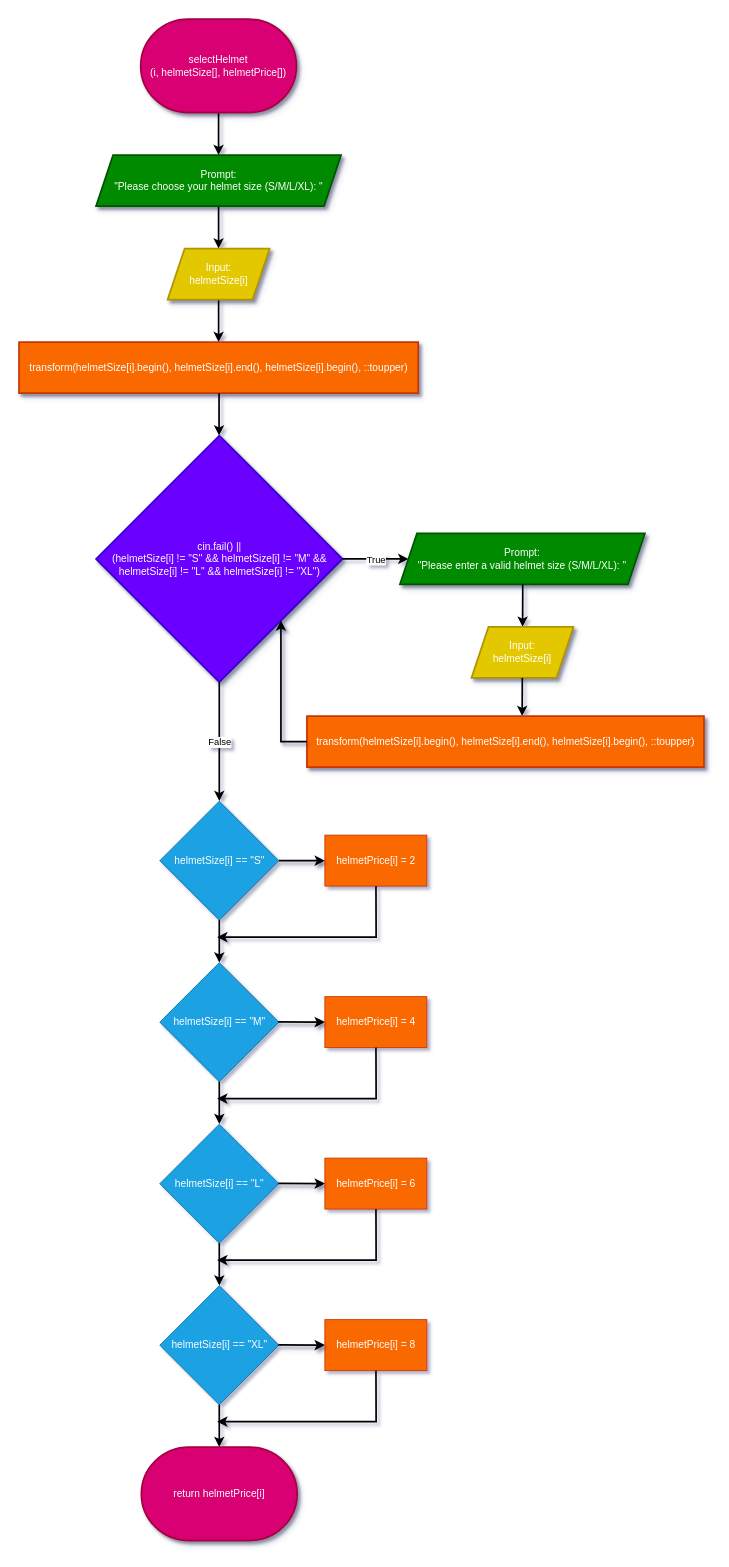
Earlier version of the draw.io diagram Flowcharts (draw.io)/17. selectHelmet.drawio (shahxvi/csc126-group-project). Source tidied: cells renumbered, new cells numbered last; positions are measured from the earlier drawing's top-left corner, leaving out a move shared by most shapes. Both pictures are drawn from the tidied source at 85%, with x=0, y=0 at pixel (19, 19).
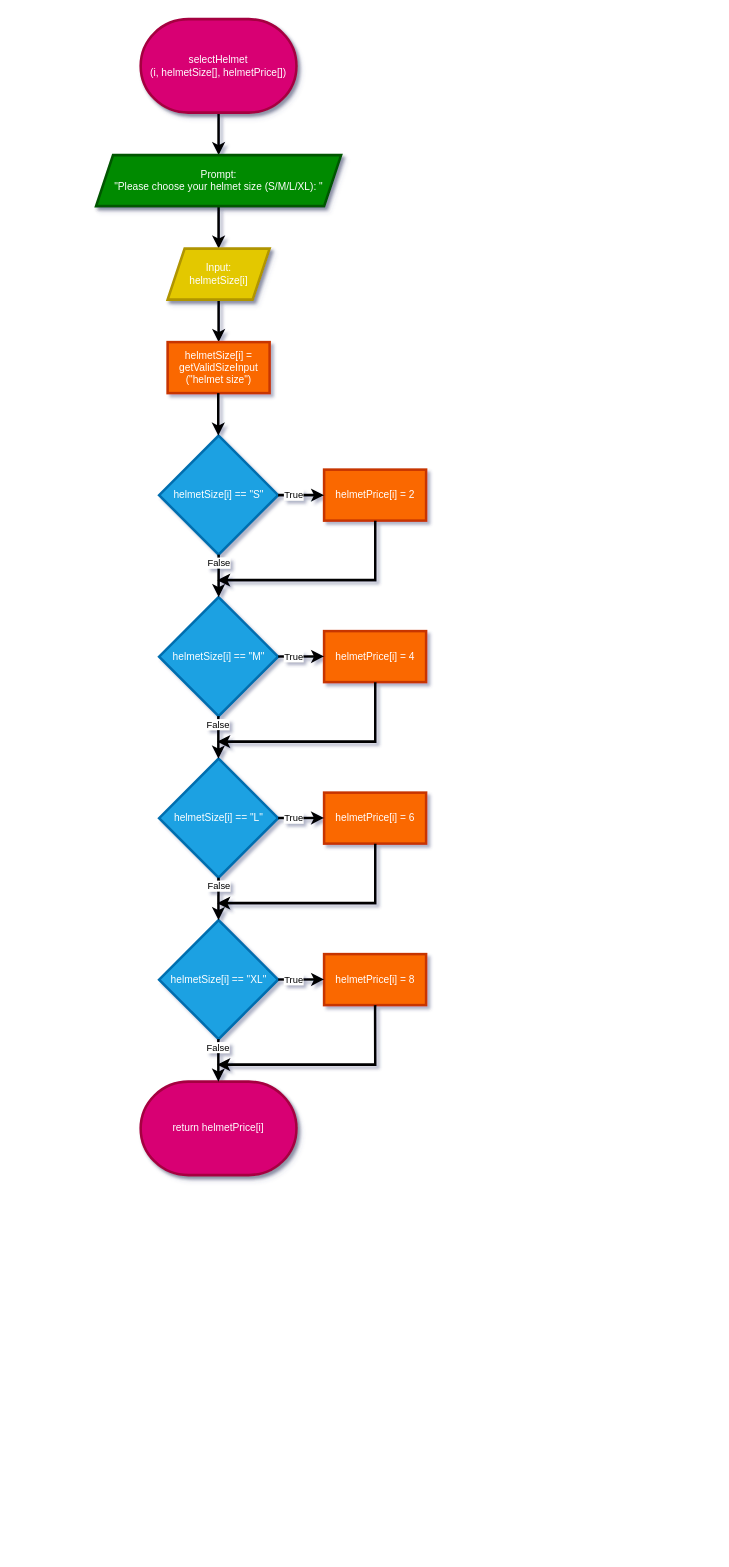
The same diagram, later.

The edit, as a diff of the source:
```diff
@@
-    <mxCell id="2" style="edgeStyle=none;html=1;strokeWidth=2;" parent="1" edge="1" source="3" target="5">
+    <mxCell id="2" style="edgeStyle=none;html=1;strokeWidth=3;" parent="1" edge="1" source="3" target="5">
       <mxGeometry relative="1" as="geometry" />
     </mxCell>
-    <mxCell id="3" value="selectHelmet&lt;br&gt;(i, helmetSize[], helmetPrice[])" style="strokeWidth=2;html=1;shape=mxgraph.flowchart.terminator;whiteSpace=wrap;fillColor=#d80073;strokeColor=#A50040;shadow=1;fontColor=#ffffff;" parent="1" vertex="1">
+    <mxCell id="3" value="selectHelmet&lt;br&gt;(i, helmetSize[], helmetPrice[])" style="strokeWidth=3;html=1;shape=mxgraph.flowchart.terminator;whiteSpace=wrap;fillColor=#d80073;strokeColor=#A50040;shadow=1;fontColor=#ffffff;" parent="1" vertex="1">
       <mxGeometry x="143" width="183.3" height="110" as="geometry" />
     </mxCell>
-    <mxCell id="4" style="edgeStyle=none;html=1;strokeWidth=2;" parent="1" edge="1" source="5" target="7">
+    <mxCell id="4" style="edgeStyle=none;html=1;strokeWidth=3;" parent="1" edge="1" source="5" target="7">
       <mxGeometry relative="1" as="geometry" />
     </mxCell>
-    <mxCell id="5" value="&lt;span style=&quot;color: rgb(255, 255, 255);&quot;&gt;Prompt:&lt;/span&gt;&lt;br&gt;&lt;span style=&quot;color: rgb(255, 255, 255);&quot;&gt;&quot;Please choose your helmet size (S/M/L/XL): &quot;&lt;/span&gt;" style="shape=parallelogram;perimeter=parallelogramPerimeter;whiteSpace=wrap;html=1;fixedSize=1;fillColor=#008a00;strokeColor=#005700;fontColor=#ffffff;strokeWidth=2;shadow=1;" parent="1" vertex="1">
+    <mxCell id="5" value="&lt;span style=&quot;color: rgb(255, 255, 255);&quot;&gt;Prompt:&lt;/span&gt;&lt;br&gt;&lt;span style=&quot;color: rgb(255, 255, 255);&quot;&gt;&quot;Please choose your helmet size (S/M/L/XL): &quot;&lt;/span&gt;" style="shape=parallelogram;perimeter=parallelogramPerimeter;whiteSpace=wrap;html=1;fixedSize=1;fillColor=#008a00;strokeColor=#005700;fontColor=#ffffff;strokeWidth=3;shadow=1;" parent="1" vertex="1">
       <mxGeometry x="90.5" y="160" width="288.3" height="60" as="geometry" />
     </mxCell>
-    <mxCell id="6" style="edgeStyle=none;html=1;strokeWidth=2;" parent="1" edge="1" source="7" target="8">
-      <mxGeometry relative="1" as="geometry" />
+    <mxCell id="6" style="edgeStyle=none;html=1;strokeWidth=3;" parent="1" edge="1" source="7">
+      <mxGeometry relative="1" as="geometry">
+        <mxPoint x="234.7" y="380" as="targetPoint" />
+      </mxGeometry>
     </mxCell>
-    <mxCell id="7" value="Input:&lt;br&gt;helmetSize[i]" style="shape=parallelogram;perimeter=parallelogramPerimeter;whiteSpace=wrap;html=1;fixedSize=1;fillColor=#e3c800;strokeColor=#B09500;fontColor=#FFFFFF;strokeWidth=2;shadow=1;labelBackgroundColor=none;labelBorderColor=none;textShadow=0;" parent="1" vertex="1">
+    <mxCell id="7" value="Input:&lt;br&gt;helmetSize[i]" style="shape=parallelogram;perimeter=parallelogramPerimeter;whiteSpace=wrap;html=1;fixedSize=1;fillColor=#e3c800;strokeColor=#B09500;fontColor=#FFFFFF;strokeWidth=3;shadow=1;labelBackgroundColor=none;labelBorderColor=none;textShadow=0;" parent="1" vertex="1">
       <mxGeometry x="174.7" y="270" width="120" height="60" as="geometry" />
     </mxCell>
-    <mxCell id="8" value="&lt;div style=&quot;text-align: start;&quot;&gt;&lt;font style=&quot;color: rgb(255, 255, 255);&quot;&gt;&lt;font style=&quot;&quot; face=&quot;monospace&quot;&gt;&lt;span style=&quot;font-size: 0px; white-space-collapse: collapse;&quot;&gt;&lt;span style=&quot;white-space: pre;&quot;&gt;&#9;&lt;/span&gt;std::transform(suitSize[i].begin(), suitSize[i].end(), suitSize[i].begin(), ::toupper)&lt;/span&gt;&lt;/font&gt;transform(helmetSize[i].begin(),&amp;nbsp;&lt;span style=&quot;color: rgb(255, 255, 255);&quot;&gt;helmetSize&lt;/span&gt;[i].end(),&amp;nbsp;&lt;span style=&quot;color: rgb(255, 255, 255);&quot;&gt;helmetSize&lt;/span&gt;[i].begin(), ::toupper)&lt;/font&gt;&lt;/div&gt;" style="whiteSpace=wrap;html=1;fillColor=#fa6800;strokeColor=#C73500;fontColor=#000000;strokeWidth=2;shadow=1;labelBackgroundColor=none;labelBorderColor=none;" parent="1" vertex="1">
-      <mxGeometry x="-0.1" y="380" width="469.6" height="60" as="geometry" />
-    </mxCell>
-    <mxCell id="9" value="&lt;span style=&quot;color: rgb(255, 255, 255);&quot;&gt;cin.fail() ||&lt;/span&gt;&lt;br&gt;&lt;span style=&quot;color: rgb(255, 255, 255);&quot;&gt;(helmetSize[i] != &quot;S&quot; &amp;amp;&amp;amp; helmetSize[i] != &quot;M&quot; &amp;amp;&amp;amp; helmetSize[i] != &quot;L&quot; &amp;amp;&amp;amp; helmetSize[i] != &quot;XL&quot;)&lt;/span&gt;" style="rhombus;whiteSpace=wrap;html=1;fillColor=#6a00ff;strokeColor=#3700CC;fontColor=#ffffff;strokeWidth=2;shadow=1;labelBackgroundColor=none;labelBorderColor=none;" parent="1" vertex="1">
-      <mxGeometry x="90.5" y="490" width="290" height="290" as="geometry" />
-    </mxCell>
-    <mxCell id="10" value="&lt;span style=&quot;color: rgb(255, 255, 255);&quot;&gt;Prompt:&lt;/span&gt;&lt;br&gt;&lt;span style=&quot;color: rgb(255, 255, 255);&quot;&gt;&quot;Please enter a valid helmet size (S/M/L/XL): &quot;&lt;/span&gt;" style="shape=parallelogram;perimeter=parallelogramPerimeter;whiteSpace=wrap;html=1;fixedSize=1;fillColor=#008a00;strokeColor=#005700;fontColor=#ffffff;strokeWidth=2;shadow=1;" parent="1" vertex="1">
-      <mxGeometry x="448" y="605" width="288.3" height="60" as="geometry" />
-    </mxCell>
-    <mxCell id="11" style="edgeStyle=none;html=1;strokeWidth=2;" parent="1" edge="1" target="12">
-      <mxGeometry relative="1" as="geometry">
-        <mxPoint x="592.5" y="665" as="sourcePoint" />
-      </mxGeometry>
-    </mxCell>
-    <mxCell id="12" value="Input:&lt;br&gt;helmetSize[i]" style="shape=parallelogram;perimeter=parallelogramPerimeter;whiteSpace=wrap;html=1;fixedSize=1;fillColor=#e3c800;strokeColor=#B09500;fontColor=#FFFFFF;strokeWidth=2;shadow=1;labelBackgroundColor=none;labelBorderColor=none;textShadow=0;" parent="1" vertex="1">
-      <mxGeometry x="532.2" y="715" width="120" height="60" as="geometry" />
-    </mxCell>
-    <mxCell id="13" style="edgeStyle=none;html=1;strokeWidth=2;" parent="1" edge="1">
-      <mxGeometry relative="1" as="geometry">
-        <mxPoint x="592" y="775" as="sourcePoint" />
-        <mxPoint x="591.8" y="820" as="targetPoint" />
-      </mxGeometry>
-    </mxCell>
-    <mxCell id="14" value="&lt;div style=&quot;text-align: start;&quot;&gt;&lt;font face=&quot;monospace&quot;&gt;&lt;span style=&quot;font-size: 0px;&quot;&gt;&lt;span style=&quot;white-space: pre;&quot;&gt;&#9;&lt;/span&gt;std::transform(suitSize[i].begin(), suitSize[i].end(), suitSize[i].begin(), ::toupper)&lt;/span&gt;&lt;/font&gt;&lt;span style=&quot;color: rgb(255, 255, 255);&quot;&gt;transform(helmetSize[i].begin(),&amp;nbsp;&lt;/span&gt;&lt;span style=&quot;color: rgb(255, 255, 255);&quot;&gt;helmetSize&lt;/span&gt;&lt;span style=&quot;color: rgb(255, 255, 255);&quot;&gt;[i].end(),&amp;nbsp;&lt;/span&gt;&lt;span style=&quot;color: rgb(255, 255, 255);&quot;&gt;helmetSize&lt;/span&gt;&lt;span style=&quot;color: rgb(255, 255, 255);&quot;&gt;[i].begin(), ::toupper)&lt;/span&gt;&lt;/div&gt;" style="whiteSpace=wrap;html=1;fillColor=#fa6800;strokeColor=#C73500;fontColor=#000000;strokeWidth=2;shadow=1;labelBackgroundColor=none;labelBorderColor=none;" parent="1" vertex="1">
-      <mxGeometry x="338.6" y="820" width="467.1" height="60" as="geometry" />
-    </mxCell>
-    <mxCell id="15" value="helmetSize[i] == &quot;S&quot;" style="rhombus;whiteSpace=wrap;html=1;fillColor=#1ba1e2;fontColor=#ffffff;strokeColor=#006EAF;" parent="1" vertex="1">
-      <mxGeometry x="165.5" y="920" width="140" height="140" as="geometry" />
+    <mxCell id="15" value="helmetSize[i] == &quot;S&quot;" style="rhombus;whiteSpace=wrap;html=1;fillColor=#1ba1e2;fontColor=#ffffff;strokeColor=#006EAF;strokeWidth=3;" parent="1" vertex="1">
+      <mxGeometry x="164.7" y="490" width="140" height="140" as="geometry" />
     </mxCell>
-    <mxCell id="16" style="edgeStyle=none;html=1;strokeWidth=2;shadow=1;exitX=0;exitY=0.5;exitDx=0;exitDy=0;entryX=1;entryY=1;entryDx=0;entryDy=0;rounded=0;curved=0;" parent="1" edge="1" source="14" target="9">
-      <mxGeometry relative="1" as="geometry">
-        <Array as="points">
-          <mxPoint x="308" y="850" />
-        </Array>
-      </mxGeometry>
-    </mxCell>
-    <mxCell id="17" value="helmetPrice[i] = 2" style="whiteSpace=wrap;html=1;fillColor=#fa6800;strokeColor=#C73500;fontColor=#FFFFFF;" parent="1" vertex="1">
-      <mxGeometry x="359.7" y="960" width="120" height="60" as="geometry" />
+    <mxCell id="17" value="helmetPrice[i] = 2" style="whiteSpace=wrap;html=1;fillColor=#fa6800;strokeColor=#C73500;fontColor=#FFFFFF;strokeWidth=3;" parent="1" vertex="1">
+      <mxGeometry x="358.8" y="530" width="120" height="60" as="geometry" />
     </mxCell>
-    <mxCell id="18" style="edgeStyle=none;html=1;strokeWidth=2;shadow=1;entryX=0;entryY=0.5;entryDx=0;entryDy=0;exitX=1;exitY=0.5;exitDx=0;exitDy=0;" parent="1" edge="1" source="15" target="17">
-      <mxGeometry relative="1" as="geometry" />
-    </mxCell>
-    <mxCell id="19" style="edgeStyle=none;html=1;strokeWidth=2;exitX=0.5;exitY=1;exitDx=0;exitDy=0;entryX=0.5;entryY=0;entryDx=0;entryDy=0;" parent="1" edge="1" source="15" target="21">
-      <mxGeometry relative="1" as="geometry" />
-    </mxCell>
-    <mxCell id="20" style="edgeStyle=none;html=1;strokeWidth=2;exitX=0.5;exitY=1;exitDx=0;exitDy=0;rounded=0;curved=0;entryX=1;entryY=0.5;entryDx=0;entryDy=0;" parent="1" edge="1">
+    <mxCell id="20" style="edgeStyle=none;html=1;strokeWidth=3;exitX=0.5;exitY=1;exitDx=0;exitDy=0;rounded=0;curved=0;" parent="1" edge="1">
       <mxGeometry relative="1" as="geometry">
-        <mxPoint x="419.8" y="1020" as="sourcePoint" />
-        <mxPoint x="233" y="1080" as="targetPoint" />
+        <mxPoint x="419" y="590" as="sourcePoint" />
+        <mxPoint x="233" y="660" as="targetPoint" />
         <Array as="points">
-          <mxPoint x="420" y="1080" />
+          <mxPoint x="419" y="660" />
         </Array>
       </mxGeometry>
     </mxCell>
-    <mxCell id="21" value="helmetSize[i] == &quot;M&quot;" style="rhombus;whiteSpace=wrap;html=1;fillColor=#1ba1e2;fontColor=#ffffff;strokeColor=#006EAF;" parent="1" vertex="1">
-      <mxGeometry x="165.5" y="1110" width="140" height="140" as="geometry" />
+    <mxCell id="21" value="helmetSize[i] == &quot;M&quot;" style="rhombus;whiteSpace=wrap;html=1;fillColor=#1ba1e2;fontColor=#ffffff;strokeColor=#006EAF;strokeWidth=3;" parent="1" vertex="1">
+      <mxGeometry x="164.7" y="680" width="140" height="140" as="geometry" />
     </mxCell>
-    <mxCell id="22" value="helmetPrice[i] = 4" style="whiteSpace=wrap;html=1;fillColor=#fa6800;strokeColor=#C73500;fontColor=#FFFFFF;" parent="1" vertex="1">
-      <mxGeometry x="359.7" y="1150" width="120" height="60" as="geometry" />
+    <mxCell id="22" value="helmetPrice[i] = 4" style="whiteSpace=wrap;html=1;fillColor=#fa6800;strokeColor=#C73500;fontColor=#FFFFFF;strokeWidth=3;" parent="1" vertex="1">
+      <mxGeometry x="358.8" y="720" width="120" height="60" as="geometry" />
     </mxCell>
-    <mxCell id="23" style="edgeStyle=none;html=1;strokeWidth=2;shadow=1;entryX=0;entryY=0.5;entryDx=0;entryDy=0;" parent="1" edge="1" target="22">
-      <mxGeometry relative="1" as="geometry">
-        <mxPoint x="304.7" y="1179.8" as="sourcePoint" />
-      </mxGeometry>
-    </mxCell>
-    <mxCell id="24" style="edgeStyle=none;html=1;strokeWidth=2;exitX=0.5;exitY=1;exitDx=0;exitDy=0;entryX=0.5;entryY=0;entryDx=0;entryDy=0;" parent="1" edge="1" source="21" target="26">
-      <mxGeometry relative="1" as="geometry" />
-    </mxCell>
-    <mxCell id="25" style="edgeStyle=none;html=1;strokeWidth=2;exitX=0.5;exitY=1;exitDx=0;exitDy=0;rounded=0;curved=0;" parent="1" edge="1">
+    <mxCell id="25" style="edgeStyle=none;html=1;strokeWidth=3;exitX=0.5;exitY=1;exitDx=0;exitDy=0;rounded=0;curved=0;" parent="1" edge="1">
       <mxGeometry relative="1" as="geometry">
-        <mxPoint x="419.8" y="1210" as="sourcePoint" />
-        <mxPoint x="233" y="1270" as="targetPoint" />
+        <mxPoint x="419" y="780" as="sourcePoint" />
+        <mxPoint x="233" y="850" as="targetPoint" />
         <Array as="points">
-          <mxPoint x="420" y="1270" />
+          <mxPoint x="419" y="850" />
         </Array>
       </mxGeometry>
     </mxCell>
-    <mxCell id="26" value="helmetSize[i] == &quot;L&quot;" style="rhombus;whiteSpace=wrap;html=1;fillColor=#1ba1e2;fontColor=#ffffff;strokeColor=#006EAF;" parent="1" vertex="1">
-      <mxGeometry x="165.5" y="1300" width="140" height="140" as="geometry" />
+    <mxCell id="26" value="helmetSize[i] == &quot;L&quot;" style="rhombus;whiteSpace=wrap;html=1;fillColor=#1ba1e2;fontColor=#ffffff;strokeColor=#006EAF;strokeWidth=3;" parent="1" vertex="1">
+      <mxGeometry x="164.7" y="870" width="140" height="140" as="geometry" />
     </mxCell>
-    <mxCell id="27" value="helmetPrice[i] = 6" style="whiteSpace=wrap;html=1;fillColor=#fa6800;strokeColor=#C73500;fontColor=#FFFFFF;" parent="1" vertex="1">
-      <mxGeometry x="359.7" y="1340" width="120" height="60" as="geometry" />
+    <mxCell id="27" value="helmetPrice[i] = 6" style="whiteSpace=wrap;html=1;fillColor=#fa6800;strokeColor=#C73500;fontColor=#FFFFFF;strokeWidth=3;" parent="1" vertex="1">
+      <mxGeometry x="358.8" y="910" width="120" height="60" as="geometry" />
     </mxCell>
-    <mxCell id="28" style="edgeStyle=none;html=1;strokeWidth=2;shadow=1;entryX=0;entryY=0.5;entryDx=0;entryDy=0;" parent="1" edge="1" target="27">
-      <mxGeometry relative="1" as="geometry">
-        <mxPoint x="304.7" y="1369.8" as="sourcePoint" />
-      </mxGeometry>
-    </mxCell>
-    <mxCell id="29" style="edgeStyle=none;html=1;strokeWidth=2;exitX=0.5;exitY=1;exitDx=0;exitDy=0;entryX=0.5;entryY=0;entryDx=0;entryDy=0;" parent="1" edge="1" source="26" target="31">
-      <mxGeometry relative="1" as="geometry" />
-    </mxCell>
-    <mxCell id="30" style="edgeStyle=none;html=1;strokeWidth=2;exitX=0.5;exitY=1;exitDx=0;exitDy=0;rounded=0;curved=0;" parent="1" edge="1">
+    <mxCell id="30" style="edgeStyle=none;html=1;strokeWidth=3;exitX=0.5;exitY=1;exitDx=0;exitDy=0;rounded=0;curved=0;" parent="1" edge="1">
       <mxGeometry relative="1" as="geometry">
-        <mxPoint x="419.8" y="1400" as="sourcePoint" />
-        <mxPoint x="233" y="1460" as="targetPoint" />
+        <mxPoint x="419" y="970" as="sourcePoint" />
+        <mxPoint x="233" y="1040" as="targetPoint" />
         <Array as="points">
-          <mxPoint x="420" y="1460" />
+          <mxPoint x="419" y="1040" />
         </Array>
       </mxGeometry>
     </mxCell>
+    <mxCell id="42" style="edgeStyle=none;html=1;" parent="1" edge="1" source="31" target="26">
+      <mxGeometry relative="1" as="geometry" />
+    </mxCell>
-    <mxCell id="31" value="helmetSize[i] == &quot;XL&quot;" style="rhombus;whiteSpace=wrap;html=1;fillColor=#1ba1e2;fontColor=#ffffff;strokeColor=#006EAF;" parent="1" vertex="1">
-      <mxGeometry x="165.5" y="1490" width="140" height="140" as="geometry" />
+    <mxCell id="31" value="helmetSize[i] == &quot;XL&quot;" style="rhombus;whiteSpace=wrap;html=1;fillColor=#1ba1e2;fontColor=#ffffff;strokeColor=#006EAF;strokeWidth=3;" parent="1" vertex="1">
+      <mxGeometry x="164.7" y="1060" width="140" height="140" as="geometry" />
     </mxCell>
-    <mxCell id="32" value="helmetPrice[i] = 8" style="whiteSpace=wrap;html=1;fillColor=#fa6800;strokeColor=#C73500;fontColor=#FFFFFF;" parent="1" vertex="1">
-      <mxGeometry x="359.7" y="1530" width="120" height="60" as="geometry" />
+    <mxCell id="32" value="helmetPrice[i] = 8" style="whiteSpace=wrap;html=1;fillColor=#fa6800;strokeColor=#C73500;fontColor=#FFFFFF;strokeWidth=3;" parent="1" vertex="1">
+      <mxGeometry x="358.8" y="1100" width="120" height="60" as="geometry" />
     </mxCell>
-    <mxCell id="33" style="edgeStyle=none;html=1;strokeWidth=2;shadow=1;entryX=0;entryY=0.5;entryDx=0;entryDy=0;" parent="1" edge="1" target="32">
-      <mxGeometry relative="1" as="geometry">
-        <mxPoint x="304.7" y="1559.8" as="sourcePoint" />
-      </mxGeometry>
-    </mxCell>
-    <mxCell id="34" style="edgeStyle=none;html=1;strokeWidth=2;exitX=0.5;exitY=1;exitDx=0;exitDy=0;entryX=0.5;entryY=0;entryDx=0;entryDy=0;entryPerimeter=0;" parent="1" edge="1" source="31" target="36">
-      <mxGeometry relative="1" as="geometry" />
-    </mxCell>
-    <mxCell id="35" style="edgeStyle=none;html=1;strokeWidth=2;exitX=0.5;exitY=1;exitDx=0;exitDy=0;rounded=0;curved=0;" parent="1" edge="1">
+    <mxCell id="35" style="edgeStyle=none;html=1;strokeWidth=3;exitX=0.5;exitY=1;exitDx=0;exitDy=0;rounded=0;curved=0;" parent="1" edge="1" source="32">
       <mxGeometry relative="1" as="geometry">
-        <mxPoint x="419.8" y="1590" as="sourcePoint" />
-        <mxPoint x="233" y="1650" as="targetPoint" />
+        <mxPoint x="233" y="1230" as="targetPoint" />
         <Array as="points">
-          <mxPoint x="420" y="1650" />
+          <mxPoint x="419" y="1230" />
         </Array>
       </mxGeometry>
     </mxCell>
-    <mxCell id="36" value="return helmetPrice[i]" style="strokeWidth=2;html=1;shape=mxgraph.flowchart.terminator;whiteSpace=wrap;fillColor=#d80073;strokeColor=#A50040;shadow=1;fontColor=#ffffff;" parent="1" vertex="1">
-      <mxGeometry x="143.8" y="1680" width="183.3" height="110" as="geometry" />
+    <mxCell id="36" value="return helmetPrice[i]" style="strokeWidth=3;html=1;shape=mxgraph.flowchart.terminator;whiteSpace=wrap;fillColor=#d80073;strokeColor=#A50040;shadow=1;fontColor=#ffffff;" parent="1" vertex="1">
+      <mxGeometry x="143" y="1250" width="183.3" height="110" as="geometry" />
     </mxCell>
-    <mxCell id="37" style="edgeStyle=none;html=1;strokeWidth=2;" parent="1" edge="1">
-      <mxGeometry relative="1" as="geometry">
-        <mxPoint x="235.2" y="440" as="sourcePoint" />
-        <mxPoint x="235.2" y="490" as="targetPoint" />
-      </mxGeometry>
-    </mxCell>
-    <mxCell id="38" style="endArrow=classic;html=1;exitX=1;exitY=0.5;exitDx=0;exitDy=0;entryX=0;entryY=0.5;entryDx=0;entryDy=0;strokeWidth=2;" parent="1" edge="1" source="9" target="10">
-      <mxGeometry relative="1" as="geometry" />
-    </mxCell>
-    <mxCell id="39" value="True" style="edgeLabel;html=1;align=center;verticalAlign=middle;" parent="38" vertex="1">
-      <mxGeometry relative="1" as="geometry" />
-    </mxCell>
-    <mxCell id="40" style="endArrow=classic;html=1;exitX=0.5;exitY=1;exitDx=0;exitDy=0;entryX=0.5;entryY=0;entryDx=0;entryDy=0;strokeWidth=2;" parent="1" edge="1" source="9" target="15">
-      <mxGeometry relative="1" as="geometry" />
-    </mxCell>
-    <mxCell id="41" value="False" style="edgeLabel;html=1;align=center;verticalAlign=middle;" parent="40" vertex="1">
-      <mxGeometry relative="1" as="geometry" />
-    </mxCell>
+    <mxCell id="43" value="&lt;font style=&quot;color: rgb(255, 255, 255);&quot;&gt;helmetSize[i] =&lt;/font&gt;&lt;div&gt;&lt;font style=&quot;color: rgb(255, 255, 255);&quot;&gt;getValidSizeInput&lt;br&gt;(&quot;helmet size&quot;)&lt;/font&gt;&lt;/div&gt;" style="whiteSpace=wrap;html=1;fillColor=#fa6800;fontColor=#000000;strokeColor=#C73500;strokeWidth=3;" parent="1" vertex="1">
+      <mxGeometry x="174.7" y="380" width="120" height="60" as="geometry" />
+    </mxCell>
+    <mxCell id="44" style="edgeStyle=none;orthogonalLoop=1;jettySize=auto;html=1;strokeWidth=3;" parent="1" edge="1">
+      <mxGeometry relative="1" as="geometry">
+        <mxPoint x="234.3" y="440" as="sourcePoint" />
+        <mxPoint x="234.3" y="490" as="targetPoint" />
+      </mxGeometry>
+    </mxCell>
+    <mxCell id="18" value="True" style="edgeStyle=none;jettySize=auto;html=1;exitX=1;exitY=0.5;exitDx=0;exitDy=0;entryX=0;entryY=0.5;entryDx=0;entryDy=0;strokeWidth=3;" parent="1" edge="1" source="15" target="17">
+      <mxGeometry x="-0.32" relative="1" as="geometry" />
+    </mxCell>
+    <mxCell id="19" value="False" style="edgeStyle=none;jettySize=auto;html=1;entryX=0.5;entryY=0;entryDx=0;entryDy=0;exitX=0.5;exitY=1;exitDx=0;exitDy=0;strokeWidth=3;" parent="1" edge="1" source="15" target="21">
+      <mxGeometry x="-0.6" relative="1" as="geometry" />
+    </mxCell>
+    <mxCell id="45" value="True" style="edgeStyle=none;orthogonalLoop=1;jettySize=auto;html=1;exitX=1;exitY=0.5;exitDx=0;exitDy=0;entryX=0;entryY=0.5;entryDx=0;entryDy=0;strokeWidth=3;" parent="1" edge="1">
+      <mxGeometry x="-0.32" relative="1" as="geometry">
+        <mxPoint x="304.8" y="749.8" as="sourcePoint" />
+        <mxPoint x="358.8" y="749.8" as="targetPoint" />
+      </mxGeometry>
+    </mxCell>
+    <mxCell id="46" value="True" style="edgeStyle=none;orthogonalLoop=1;jettySize=auto;html=1;exitX=1;exitY=0.5;exitDx=0;exitDy=0;entryX=0;entryY=0.5;entryDx=0;entryDy=0;strokeWidth=3;" parent="1" edge="1">
+      <mxGeometry x="-0.32" relative="1" as="geometry">
+        <mxPoint x="304.7" y="939.8" as="sourcePoint" />
+        <mxPoint x="358.7" y="939.8" as="targetPoint" />
+      </mxGeometry>
+    </mxCell>
+    <mxCell id="47" value="True" style="edgeStyle=none;orthogonalLoop=1;jettySize=auto;html=1;exitX=1;exitY=0.5;exitDx=0;exitDy=0;entryX=0;entryY=0.5;entryDx=0;entryDy=0;strokeWidth=3;" parent="1" edge="1">
+      <mxGeometry x="-0.32" relative="1" as="geometry">
+        <mxPoint x="304.8" y="1129.8" as="sourcePoint" />
+        <mxPoint x="358.8" y="1129.8" as="targetPoint" />
+      </mxGeometry>
+    </mxCell>
+    <mxCell id="48" value="False" style="edgeStyle=none;orthogonalLoop=1;jettySize=auto;html=1;entryX=0.5;entryY=0;entryDx=0;entryDy=0;exitX=0.5;exitY=1;exitDx=0;exitDy=0;strokeWidth=3;" parent="1" edge="1">
+      <mxGeometry x="-0.6" relative="1" as="geometry">
+        <mxPoint x="234.4" y="820" as="sourcePoint" />
+        <mxPoint x="234.4" y="870" as="targetPoint" />
+      </mxGeometry>
+    </mxCell>
+    <mxCell id="49" value="False" style="edgeStyle=none;orthogonalLoop=1;jettySize=auto;html=1;entryX=0.5;entryY=0;entryDx=0;entryDy=0;exitX=0.5;exitY=1;exitDx=0;exitDy=0;strokeWidth=3;" parent="1" edge="1">
+      <mxGeometry x="-0.6" relative="1" as="geometry">
+        <mxPoint x="234.5" y="1010" as="sourcePoint" />
+        <mxPoint x="234.5" y="1060" as="targetPoint" />
+      </mxGeometry>
+    </mxCell>
+    <mxCell id="50" value="False" style="edgeStyle=none;orthogonalLoop=1;jettySize=auto;html=1;entryX=0.5;entryY=0;entryDx=0;entryDy=0;exitX=0.5;exitY=1;exitDx=0;exitDy=0;strokeWidth=3;" parent="1" edge="1">
+      <mxGeometry x="-0.6" relative="1" as="geometry">
+        <mxPoint x="234.4" y="1200" as="sourcePoint" />
+        <mxPoint x="234.4" y="1250" as="targetPoint" />
+      </mxGeometry>
+    </mxCell>
```
